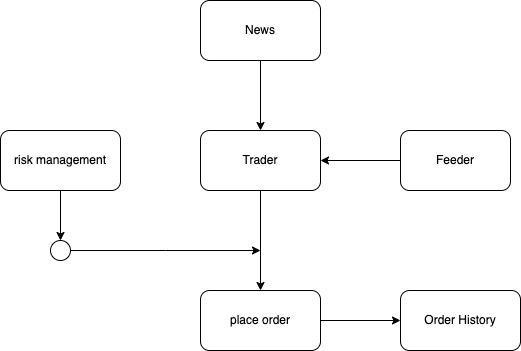
The draw.io diagram algo.drawio.png in Intina47/sys-D, before a commit. Source tidied: cells renumbered, new cells last; positions are measured from the earlier drawing's top-left corner, leaving out a move shared by most shapes.
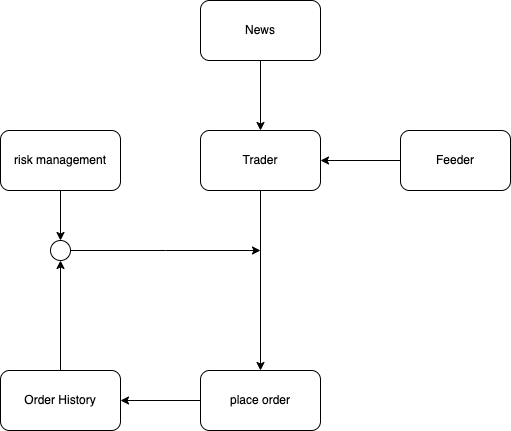
Above is the later version.

The edit, as a diff of the source:
```diff
@@ -18,7 +18,7 @@
       <mxGeometry relative="1" as="geometry" />
     </mxCell>
     <mxCell id="7" value="place order" style="rounded=1;whiteSpace=wrap;html=1;" parent="1" vertex="1">
-      <mxGeometry x="200" y="290" width="120" height="60" as="geometry" />
+      <mxGeometry x="200" y="370" width="120" height="60" as="geometry" />
     </mxCell>
     <mxCell id="8" style="edgeStyle=orthogonalEdgeStyle;rounded=0;jettySize=auto;html=1;" parent="1" edge="1" source="9">
       <mxGeometry relative="1" as="geometry">
@@ -40,8 +40,11 @@
     <mxCell id="13" value="News" style="rounded=1;whiteSpace=wrap;html=1;" parent="1" vertex="1">
       <mxGeometry x="200" width="120" height="60" as="geometry" />
     </mxCell>
+    <mxCell id="15" style="edgeStyle=orthogonalEdgeStyle;rounded=0;jettySize=auto;html=1;" parent="1" edge="1" source="14" target="9">
+      <mxGeometry relative="1" as="geometry" />
+    </mxCell>
     <mxCell id="14" value="Order History" style="whiteSpace=wrap;html=1;rounded=1;" parent="1" vertex="1">
-      <mxGeometry x="400" y="290" width="120" height="60" as="geometry" />
+      <mxGeometry y="370" width="120" height="60" as="geometry" />
     </mxCell>
   </root>
 </mxGraphModel>
```
